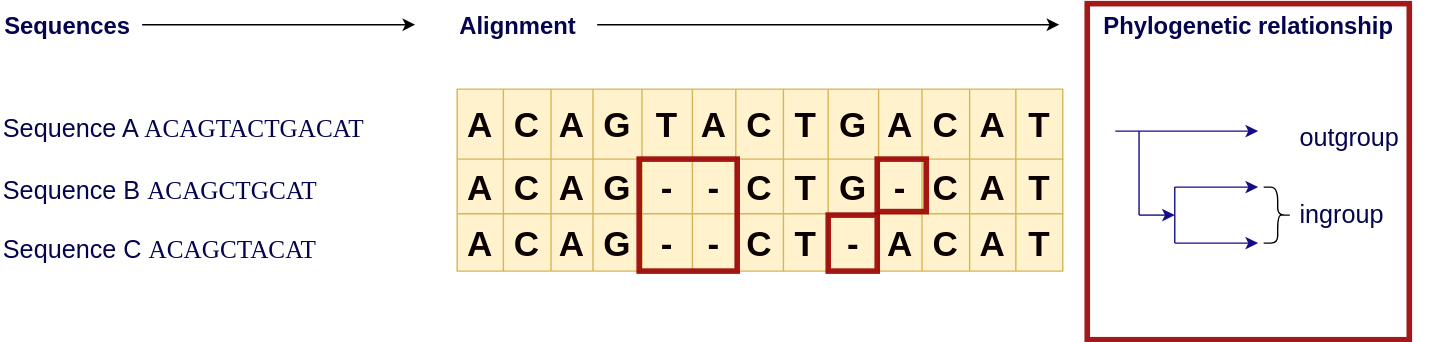
Earlier version of the draw.io export images/3alignment_tree.drawio.svg (khiron/dBGAlignSlides). Source tidied: cells renumbered, new cells last; positions are measured from the earlier drawing's top-left corner, leaving out a move shared by most shapes.
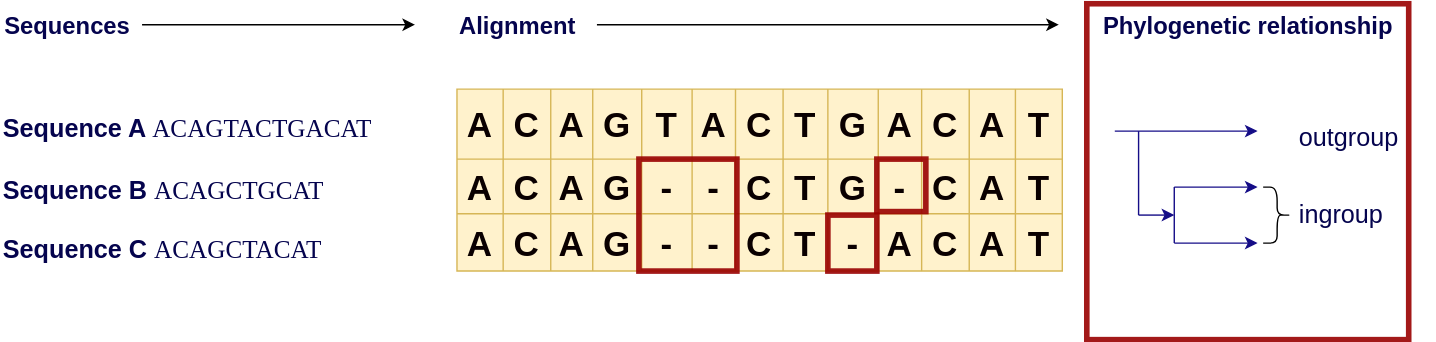
After the commit.

What changed in the source:
```diff
@@ -219,14 +219,14 @@
     <mxCell id="63" style="rounded=0;whiteSpace=wrap;html=1;fillColor=none;strokeColor=#990000;strokeWidth=4;opacity=90;" parent="1" vertex="1">
       <mxGeometry x="626" y="111" width="35" height="37.5" as="geometry" />
     </mxCell>
-    <mxCell id="64" value="Sequence A&amp;nbsp; &amp;nbsp; &lt;font face=&quot;Lucida Console&quot;&gt;ACAGTACTGACAT&lt;/font&gt;" style="text;html=1;align=left;verticalAlign=middle;whiteSpace=wrap;rounded=0;fontSize=18;fontStyle=0;labelPosition=center;verticalLabelPosition=middle;fontColor=#05044e;" parent="1" vertex="1">
-      <mxGeometry y="75" width="296" height="30" as="geometry" />
-    </mxCell>
+    <mxCell id="66" value="&lt;b&gt;Sequence A&lt;/b&gt;&amp;nbsp; &amp;nbsp; &lt;font face=&quot;Lucida Console&quot;&gt;ACAGTACTGACAT&lt;/font&gt;" style="text;html=1;align=left;verticalAlign=middle;whiteSpace=wrap;rounded=0;fontSize=18;fontStyle=0;labelPosition=center;verticalLabelPosition=middle;fontColor=#05044e;" parent="1" vertex="1">
+      <mxGeometry y="75" width="296" height="30" as="geometry" />
+    </mxCell>
-    <mxCell id="65" value="Sequence B&amp;nbsp; &amp;nbsp; &lt;font face=&quot;Lucida Console&quot;&gt;ACAGCTGCAT&lt;/font&gt;" style="text;html=1;align=left;verticalAlign=middle;whiteSpace=wrap;rounded=0;fontSize=18;fontStyle=0;labelPosition=center;verticalLabelPosition=middle;fontColor=#05044e;" parent="1" vertex="1">
+    <mxCell id="65" value="&lt;b&gt;Sequence B&lt;/b&gt;&amp;nbsp; &amp;nbsp; &lt;font face=&quot;Lucida Console&quot;&gt;ACAGCTGCAT&lt;/font&gt;" style="text;html=1;align=left;verticalAlign=middle;whiteSpace=wrap;rounded=0;fontSize=18;fontStyle=0;labelPosition=center;verticalLabelPosition=middle;fontColor=#05044e;" parent="1" vertex="1">
       <mxGeometry y="116" width="296" height="35" as="geometry" />
     </mxCell>
-    <mxCell id="66" value="Sequence C&amp;nbsp; &amp;nbsp; &lt;font face=&quot;Lucida Console&quot;&gt;ACAGCTACAT&lt;/font&gt;" style="text;html=1;align=left;verticalAlign=middle;whiteSpace=wrap;rounded=0;fontSize=18;fontStyle=0;labelPosition=center;verticalLabelPosition=middle;fontColor=#05044e;" parent="1" vertex="1">
-      <mxGeometry y="160" width="296" height="31" as="geometry" />
-    </mxCell>
+    <mxCell id="67" value="&lt;b&gt;Sequence C&lt;/b&gt;&amp;nbsp; &amp;nbsp; &lt;font face=&quot;Lucida Console&quot;&gt;ACAGCTACAT&lt;/font&gt;" style="text;html=1;align=left;verticalAlign=middle;whiteSpace=wrap;rounded=0;fontSize=18;fontStyle=0;labelPosition=center;verticalLabelPosition=middle;fontColor=#05044e;" parent="1" vertex="1">
+      <mxGeometry y="160" width="296" height="31" as="geometry" />
+    </mxCell>
   </root>
 </mxGraphModel>
```
